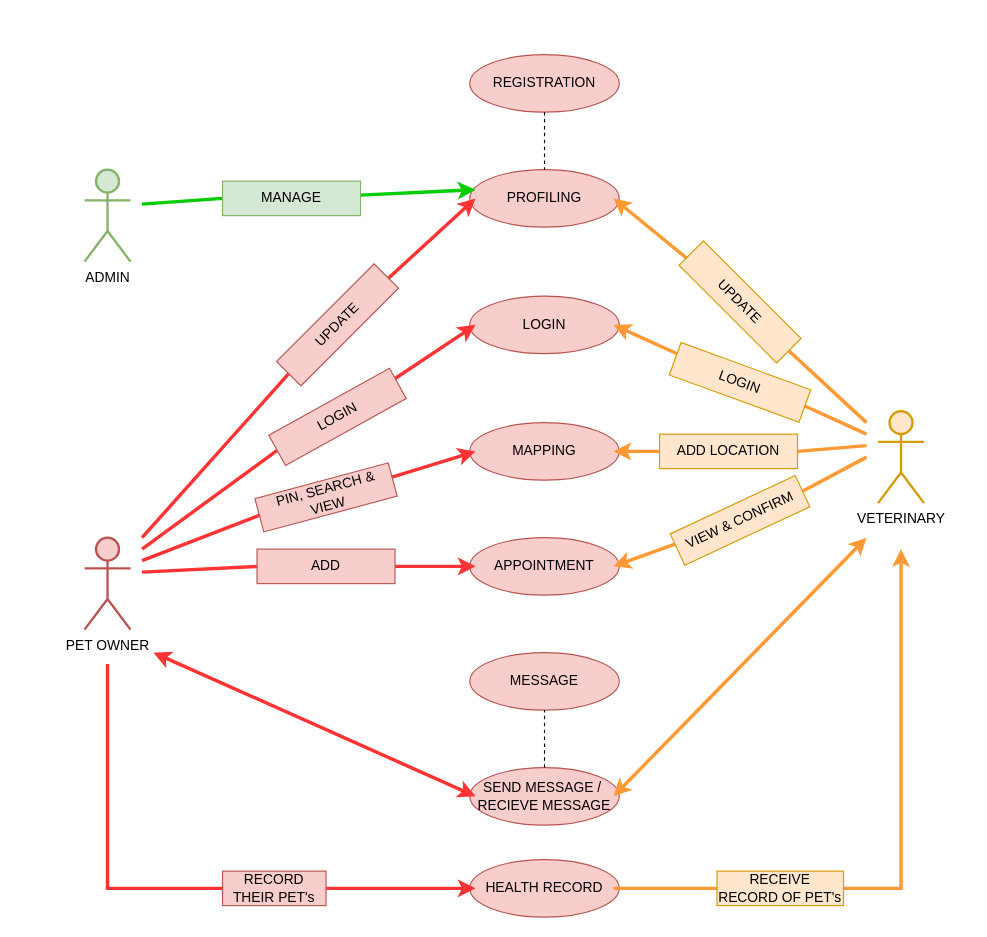
Earlier version of the draw.io diagram Group20_usecase.drawio (LANSiiibyte/Projectlansiii). Source tidied: cells renumbered, new cells numbered last; positions are measured from the earlier drawing's top-left corner, leaving out a move shared by most shapes. Both pictures are drawn from the tidied source at 115%, with x=0, y=0 at pixel (84, 54).
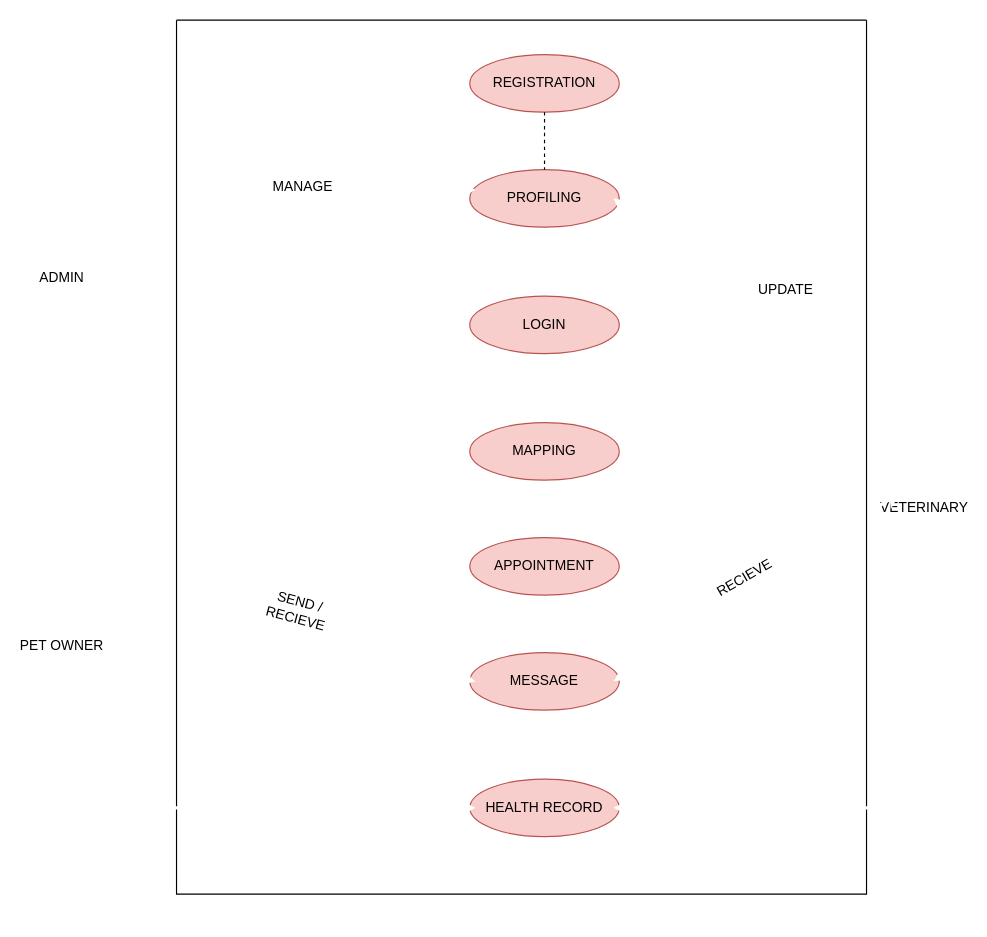
After the change.

Unchanged cells that the change refers to:
```xml
<mxCell id="7" value="PROFILING" style="text;html=1;align=center;verticalAlign=middle;whiteSpace=wrap;rounded=0;" parent="5" vertex="1">
  <mxGeometry x="5" y="10" width="120" height="30" as="geometry" />
</mxCell>
<mxCell id="13" value="LOGIN" style="text;html=1;align=center;verticalAlign=middle;whiteSpace=wrap;rounded=0;" parent="11" vertex="1">
  <mxGeometry x="5" y="10" width="120" height="30" as="geometry" />
</mxCell>
<mxCell id="15" style="ellipse;whiteSpace=wrap;html=1;fillColor=#f8cecc;strokeColor=#b85450;" parent="14" vertex="1">
  <mxGeometry width="130" height="50" as="geometry" />
</mxCell>
<mxCell id="16" value="MESSAGE" style="text;html=1;align=center;verticalAlign=middle;whiteSpace=wrap;rounded=0;" parent="14" vertex="1">
  <mxGeometry x="5" y="10" width="120" height="30" as="geometry" />
</mxCell>
<mxCell id="19" value="MAPPING" style="text;html=1;align=center;verticalAlign=middle;whiteSpace=wrap;rounded=0;" parent="17" vertex="1">
  <mxGeometry x="5" y="10" width="120" height="30" as="geometry" />
</mxCell>
<mxCell id="22" value="APPOINTMENT" style="text;html=1;align=center;verticalAlign=middle;whiteSpace=wrap;rounded=0;" parent="20" vertex="1">
  <mxGeometry x="5" y="10" width="120" height="30" as="geometry" />
</mxCell>
<mxCell id="34" value="HEALTH RECORD" style="text;html=1;align=center;verticalAlign=middle;whiteSpace=wrap;rounded=0;" parent="32" vertex="1">
  <mxGeometry x="5" y="10" width="120" height="30" as="geometry" />
</mxCell>
```

Change to the diagram source:
```diff
@@
-    <mxCell id="2" value="ADMIN" style="shape=umlActor;verticalLabelPosition=bottom;verticalAlign=top;html=1;outlineConnect=0;fillColor=#d5e8d4;strokeColor=#82b366;strokeWidth=2;" parent="1" vertex="1">
-      <mxGeometry y="100" width="40" height="80" as="geometry" />
+    <mxCell id="2" value="ADMIN" style="shape=umlActor;verticalLabelPosition=bottom;verticalAlign=top;html=1;outlineConnect=0;fillColor=light-dark(#FFFFFF,#009900);strokeColor=light-dark(#FFFFFF,#009900);strokeWidth=2;" parent="1" vertex="1">
+      <mxGeometry x="-40" y="100" width="40" height="80" as="geometry" />
     </mxCell>
-    <mxCell id="3" value="PET OWNER" style="shape=umlActor;verticalLabelPosition=bottom;verticalAlign=top;html=1;outlineConnect=0;strokeColor=#b85450;strokeWidth=2;fillColor=#f8cecc;" parent="1" vertex="1">
-      <mxGeometry y="420" width="40" height="80" as="geometry" />
+    <mxCell id="3" value="PET OWNER" style="shape=umlActor;verticalLabelPosition=bottom;verticalAlign=top;html=1;outlineConnect=0;strokeColor=light-dark(#FFFFFF,#FF6666);strokeWidth=2;fillColor=light-dark(#FFFFFF,#FF6666);" parent="1" vertex="1">
+      <mxGeometry x="-40" y="420" width="40" height="80" as="geometry" />
     </mxCell>
-    <mxCell id="4" value="VETERINARY" style="shape=umlActor;verticalLabelPosition=bottom;verticalAlign=top;html=1;outlineConnect=0;fillColor=#ffe6cc;strokeColor=#d79b00;strokeWidth=2;" parent="1" vertex="1">
-      <mxGeometry x="690" y="310" width="40" height="80" as="geometry" />
+    <mxCell id="4" value="VETERINARY" style="shape=umlActor;verticalLabelPosition=bottom;verticalAlign=top;html=1;outlineConnect=0;fillColor=light-dark(#FFFFFF,#FF8000);strokeColor=light-dark(#FFFFFF,#FF8000);strokeWidth=2;" parent="1" vertex="1">
+      <mxGeometry x="710" y="300" width="40" height="80" as="geometry" />
     </mxCell>
@@
-    <mxCell id="24" style="group;" parent="1" vertex="1">
-      <mxGeometry x="335" y="620" width="130" height="50" as="geometry" />
-    </mxCell>
-    <mxCell id="25" style="ellipse;whiteSpace=wrap;html=1;fillColor=#f8cecc;strokeColor=#b85450;" parent="24" vertex="1">
-      <mxGeometry width="130" height="50" as="geometry" />
-    </mxCell>
-    <mxCell id="26" value="SEND MESSAGE /&amp;nbsp;&lt;br&gt;RECIEVE MESSAGE" style="text;html=1;align=center;verticalAlign=middle;whiteSpace=wrap;rounded=0;" parent="24" vertex="1">
-      <mxGeometry x="5" y="10" width="120" height="30" as="geometry" />
-    </mxCell>
-    <mxCell id="27" style="endArrow=classic;html=1;rounded=0;entryX=0;entryY=0.5;entryDx=0;entryDy=0;strokeColor=#FF3333;strokeWidth=3;" parent="1" edge="1" source="61" target="7">
-      <mxGeometry relative="1" as="geometry" />
-    </mxCell>
-    <mxCell id="28" style="endArrow=classic;html=1;rounded=0;entryX=0;entryY=0.5;entryDx=0;entryDy=0;strokeColor=#FF3333;strokeWidth=3;" parent="1" edge="1" source="55" target="13">
-      <mxGeometry relative="1" as="geometry" />
-    </mxCell>
-    <mxCell id="29" style="endArrow=classic;html=1;rounded=0;entryX=0;entryY=0.5;entryDx=0;entryDy=0;strokeColor=#FF3333;strokeWidth=3;" parent="1" edge="1" source="57" target="19">
-      <mxGeometry relative="1" as="geometry" />
-    </mxCell>
-    <mxCell id="30" style="endArrow=classic;html=1;rounded=0;entryX=0;entryY=0.5;entryDx=0;entryDy=0;strokeColor=#FF3333;strokeWidth=3;" parent="1" edge="1" source="59" target="22">
-      <mxGeometry relative="1" as="geometry" />
-    </mxCell>
-    <mxCell id="31" style="endArrow=classic;startArrow=classic;html=1;rounded=0;entryX=0;entryY=0.5;entryDx=0;entryDy=0;strokeWidth=3;strokeColor=#FF3333;" parent="1" edge="1" target="26">
-      <mxGeometry relative="1" as="geometry">
-        <mxPoint x="60" y="520" as="sourcePoint" />
-      </mxGeometry>
+    <mxCell id="31" style="endArrow=classic;startArrow=classic;html=1;rounded=0;entryX=0;entryY=0.5;entryDx=0;entryDy=0;strokeWidth=3;strokeColor=light-dark(#FFFFFF,#FF8000);" parent="1" edge="1" source="3" target="16">
+      <mxGeometry relative="1" as="geometry" />
     </mxCell>
     <mxCell id="32" style="group;" parent="1" vertex="1">
-      <mxGeometry x="335" y="700" width="130" height="50" as="geometry" />
+      <mxGeometry x="335" y="630" width="130" height="50" as="geometry" />
     </mxCell>
@@
-    <mxCell id="35" style="endArrow=none;dashed=1;html=1;rounded=0;exitX=0.5;exitY=0;exitDx=0;exitDy=0;entryX=0.5;entryY=1;entryDx=0;entryDy=0;" parent="1" edge="1" source="25" target="15">
-      <mxGeometry relative="1" as="geometry" />
-    </mxCell>
-    <mxCell id="36" style="endArrow=classic;startArrow=classic;html=1;rounded=0;entryX=1;entryY=0.5;entryDx=0;entryDy=0;strokeWidth=3;strokeColor=#FF9933;" parent="1" edge="1" target="26">
-      <mxGeometry relative="1" as="geometry">
-        <mxPoint x="680" y="420" as="sourcePoint" />
-      </mxGeometry>
+    <mxCell id="36" style="endArrow=classic;startArrow=classic;html=1;rounded=0;entryX=1;entryY=0.5;entryDx=0;entryDy=0;strokeWidth=3;strokeColor=light-dark(#FFFFFF,#FF8000);exitX=0;exitY=1;exitDx=0;exitDy=0;exitPerimeter=0;" parent="1" edge="1" source="4" target="16">
+      <mxGeometry relative="1" as="geometry" />
     </mxCell>
-    <mxCell id="37" style="endArrow=classic;html=1;rounded=0;entryX=1;entryY=0.5;entryDx=0;entryDy=0;strokeWidth=3;strokeColor=#FF9933;" parent="1" edge="1" source="51" target="7">
-      <mxGeometry relative="1" as="geometry" />
-    </mxCell>
-    <mxCell id="38" style="endArrow=classic;html=1;rounded=0;entryX=1;entryY=0.5;entryDx=0;entryDy=0;strokeWidth=3;strokeColor=#FF9933;" parent="1" edge="1" source="45" target="13">
-      <mxGeometry relative="1" as="geometry" />
-    </mxCell>
-    <mxCell id="39" style="endArrow=classic;html=1;rounded=0;entryX=1;entryY=0.5;entryDx=0;entryDy=0;strokeWidth=3;strokeColor=#FF9933;" parent="1" edge="1" source="49" target="19">
-      <mxGeometry relative="1" as="geometry" />
-    </mxCell>
-    <mxCell id="40" style="endArrow=classic;html=1;rounded=0;entryX=1;entryY=0.5;entryDx=0;entryDy=0;strokeWidth=3;strokeColor=#FF9933;" parent="1" edge="1" source="47" target="22">
-      <mxGeometry relative="1" as="geometry" />
-    </mxCell>
-    <mxCell id="41" style="endArrow=classic;html=1;rounded=0;entryX=0;entryY=0.25;entryDx=0;entryDy=0;strokeWidth=3;strokeColor=#00CC00;" parent="1" edge="1" source="43" target="7">
-      <mxGeometry relative="1" as="geometry" />
-    </mxCell>
-    <mxCell id="42" style="endArrow=none;html=1;rounded=0;entryX=0;entryY=0.5;entryDx=0;entryDy=0;strokeWidth=3;strokeColor=#00CC00;startFill=0;" parent="1" edge="1" target="43">
-      <mxGeometry relative="1" as="geometry">
-        <mxPoint x="50" y="130" as="sourcePoint" />
-      </mxGeometry>
-    </mxCell>
+    <mxCell id="66" style="endArrow=classic;html=1;rounded=0;entryX=0;entryY=0.25;entryDx=0;entryDy=0;endSize=8;strokeWidth=3;strokeColor=light-dark(#FFFFFF,#009900);" parent="1" edge="1" source="2" target="7">
+      <mxGeometry relative="1" as="geometry" />
+    </mxCell>
-    <mxCell id="43" value="MANAGE" style="text;html=1;align=center;verticalAlign=middle;whiteSpace=wrap;rounded=0;rotation=0;fillColor=#d5e8d4;strokeColor=#82b366;" parent="1" vertex="1">
-      <mxGeometry x="120" y="110" width="120" height="30" as="geometry" />
+    <mxCell id="43" value="MANAGE" style="text;html=1;align=center;verticalAlign=middle;whiteSpace=wrap;rounded=0;" parent="1" vertex="1">
+      <mxGeometry x="160" y="100" width="60" height="30" as="geometry" />
     </mxCell>
-    <mxCell id="44" style="endArrow=none;html=1;rounded=0;entryX=1;entryY=0.5;entryDx=0;entryDy=0;strokeWidth=3;strokeColor=#FF9933;startFill=0;" parent="1" edge="1" target="45">
-      <mxGeometry relative="1" as="geometry">
-        <mxPoint x="680" y="330" as="sourcePoint" />
-      </mxGeometry>
-    </mxCell>
-    <mxCell id="45" value="LOGIN" style="text;html=1;align=center;verticalAlign=middle;whiteSpace=wrap;rounded=0;rotation=20;fillColor=#ffe6cc;strokeColor=#d79b00;" parent="1" vertex="1">
-      <mxGeometry x="510" y="270" width="120" height="30" as="geometry" />
-    </mxCell>
-    <mxCell id="46" style="endArrow=none;html=1;rounded=0;entryX=1;entryY=0.5;entryDx=0;entryDy=0;strokeWidth=3;strokeColor=#FF9933;startFill=0;" parent="1" edge="1" target="47">
-      <mxGeometry relative="1" as="geometry">
-        <mxPoint x="680" y="350" as="sourcePoint" />
-      </mxGeometry>
-    </mxCell>
-    <mxCell id="47" value="VIEW &amp;amp; CONFIRM" style="text;html=1;align=center;verticalAlign=middle;whiteSpace=wrap;rounded=0;rotation=-25;fillColor=#ffe6cc;strokeColor=#d79b00;" parent="1" vertex="1">
-      <mxGeometry x="510" y="390" width="120" height="30" as="geometry" />
-    </mxCell>
-    <mxCell id="48" style="endArrow=none;html=1;rounded=0;entryX=1;entryY=0.5;entryDx=0;entryDy=0;strokeWidth=3;strokeColor=#FF9933;startFill=0;" parent="1" edge="1" target="49">
-      <mxGeometry relative="1" as="geometry">
-        <mxPoint x="680" y="340" as="sourcePoint" />
-      </mxGeometry>
-    </mxCell>
-    <mxCell id="49" value="ADD LOCATION" style="text;html=1;align=center;verticalAlign=middle;whiteSpace=wrap;rounded=0;rotation=0;fillColor=#ffe6cc;strokeColor=#d79b00;" parent="1" vertex="1">
-      <mxGeometry x="500" y="330" width="120" height="30" as="geometry" />
-    </mxCell>
-    <mxCell id="50" style="endArrow=none;html=1;rounded=0;entryX=1;entryY=0.5;entryDx=0;entryDy=0;strokeWidth=3;strokeColor=#FF9933;fillColor=#ffe6cc;startFill=0;" parent="1" edge="1" target="51">
-      <mxGeometry relative="1" as="geometry">
-        <mxPoint x="680" y="320" as="sourcePoint" />
-      </mxGeometry>
-    </mxCell>
-    <mxCell id="51" value="UPDATE" style="text;html=1;align=center;verticalAlign=middle;whiteSpace=wrap;rounded=0;rotation=45;fillColor=#ffe6cc;strokeColor=#d79b00;" parent="1" vertex="1">
-      <mxGeometry x="510" y="200" width="120" height="30" as="geometry" />
-    </mxCell>
-    <mxCell id="52" style="endArrow=classic;html=1;rounded=0;entryX=0;entryY=0.5;entryDx=0;entryDy=0;strokeWidth=3;strokeColor=#FF3333;exitX=1;exitY=0.5;exitDx=0;exitDy=0;" parent="1" edge="1" source="63" target="34">
-      <mxGeometry relative="1" as="geometry" />
-    </mxCell>
-    <mxCell id="53" style="endArrow=none;html=1;rounded=0;entryX=1;entryY=0.5;entryDx=0;entryDy=0;strokeWidth=3;strokeColor=#FF9933;exitX=0;exitY=0.5;exitDx=0;exitDy=0;startFill=0;" parent="1" edge="1" source="65" target="34">
-      <mxGeometry relative="1" as="geometry" />
-    </mxCell>
-    <mxCell id="54" style="endArrow=none;html=1;rounded=0;entryX=0;entryY=0.5;entryDx=0;entryDy=0;strokeColor=#FF3333;strokeWidth=3;startFill=0;fillColor=#f8cecc;" parent="1" edge="1" target="55">
-      <mxGeometry relative="1" as="geometry">
-        <mxPoint x="50" y="430" as="sourcePoint" />
-      </mxGeometry>
-    </mxCell>
-    <mxCell id="55" value="LOGIN" style="text;html=1;align=center;verticalAlign=middle;whiteSpace=wrap;rounded=0;rotation=-29;fillColor=#f8cecc;strokeColor=#b85450;" parent="1" vertex="1">
-      <mxGeometry x="160" y="300" width="120" height="30" as="geometry" />
-    </mxCell>
-    <mxCell id="56" style="endArrow=none;html=1;rounded=0;entryX=0;entryY=0.5;entryDx=0;entryDy=0;strokeColor=#FF3333;strokeWidth=3;startFill=0;" parent="1" edge="1" target="57">
-      <mxGeometry relative="1" as="geometry">
-        <mxPoint x="50" y="440" as="sourcePoint" />
-      </mxGeometry>
-    </mxCell>
-    <mxCell id="57" value="&amp;nbsp;PIN, SEARCH &amp;amp; VIEW" style="text;html=1;align=center;verticalAlign=middle;whiteSpace=wrap;rounded=0;rotation=-15;fillColor=#f8cecc;strokeColor=#b85450;" parent="1" vertex="1">
-      <mxGeometry x="150" y="370" width="120" height="30" as="geometry" />
-    </mxCell>
-    <mxCell id="58" style="endArrow=none;html=1;rounded=0;entryX=0;entryY=0.5;entryDx=0;entryDy=0;strokeColor=#FF3333;strokeWidth=3;startFill=0;" parent="1" edge="1" target="59">
-      <mxGeometry relative="1" as="geometry">
-        <mxPoint x="50" y="450" as="sourcePoint" />
-      </mxGeometry>
-    </mxCell>
-    <mxCell id="59" value="ADD" style="text;html=1;align=center;verticalAlign=middle;whiteSpace=wrap;rounded=0;rotation=0;fillColor=#f8cecc;strokeColor=#b85450;" parent="1" vertex="1">
-      <mxGeometry x="150" y="430" width="120" height="30" as="geometry" />
-    </mxCell>
-    <mxCell id="60" style="endArrow=none;html=1;rounded=0;entryX=0;entryY=0.5;entryDx=0;entryDy=0;strokeColor=#FF3333;strokeWidth=3;startFill=0;" parent="1" edge="1" target="61">
-      <mxGeometry relative="1" as="geometry">
-        <mxPoint x="50" y="420" as="sourcePoint" />
-      </mxGeometry>
-    </mxCell>
-    <mxCell id="61" value="UPDATE" style="text;html=1;align=center;verticalAlign=middle;whiteSpace=wrap;rounded=0;rotation=-45;fillColor=#f8cecc;strokeColor=#b85450;" parent="1" vertex="1">
-      <mxGeometry x="160" y="220" width="120" height="30" as="geometry" />
-    </mxCell>
-    <mxCell id="62" style="endArrow=none;html=1;rounded=0;entryX=0;entryY=0.5;entryDx=0;entryDy=0;strokeWidth=3;strokeColor=#FF3333;startFill=0;" parent="1" edge="1" target="63">
-      <mxGeometry relative="1" as="geometry">
-        <mxPoint x="20" y="530" as="sourcePoint" />
-        <Array as="points">
-          <mxPoint x="20" y="725" />
-        </Array>
-      </mxGeometry>
-    </mxCell>
-    <mxCell id="63" value="RECORD THEIR PET's" style="text;html=1;align=center;verticalAlign=middle;whiteSpace=wrap;rounded=0;fillColor=#f8cecc;strokeColor=#b85450;" parent="1" vertex="1">
-      <mxGeometry x="120" y="710" width="90" height="30" as="geometry" />
-    </mxCell>
-    <mxCell id="64" style="endArrow=none;html=1;rounded=0;strokeWidth=3;strokeColor=#FF9933;startFill=1;entryX=1;entryY=0.5;entryDx=0;entryDy=0;startArrow=classic;" parent="1" edge="1" target="65">
-      <mxGeometry relative="1" as="geometry">
-        <mxPoint x="710" y="430" as="sourcePoint" />
-        <Array as="points">
-          <mxPoint x="710" y="725" />
-        </Array>
-      </mxGeometry>
-    </mxCell>
-    <mxCell id="65" value="RECEIVE RECORD OF PET's" style="text;html=1;align=center;verticalAlign=middle;whiteSpace=wrap;rounded=0;fillColor=#ffe6cc;strokeColor=#d79b00;" parent="1" vertex="1">
-      <mxGeometry x="550" y="710" width="110" height="30" as="geometry" />
-    </mxCell>
+    <mxCell id="67" style="endArrow=classic;html=1;rounded=0;entryX=1;entryY=0.5;entryDx=0;entryDy=0;endSize=8;strokeWidth=3;strokeColor=light-dark(#FFFFFF,#FF8000);" parent="1" edge="1" source="4" target="7">
+      <mxGeometry relative="1" as="geometry" />
+    </mxCell>
+    <mxCell id="68" style="swimlane;startSize=0;strokeColor=light-dark(#000000,#FF3333);" parent="1" vertex="1">
+      <mxGeometry x="80" y="-30" width="600" height="760" as="geometry" />
+    </mxCell>
+    <mxCell id="69" value="UPDATE" style="text;html=1;align=center;verticalAlign=middle;whiteSpace=wrap;rounded=0;" parent="68" vertex="1">
+      <mxGeometry x="500" y="220" width="60" height="30" as="geometry" />
+    </mxCell>
+    <mxCell id="70" value="RECIEVE" style="text;html=1;align=center;verticalAlign=middle;whiteSpace=wrap;rounded=0;rotation=-30;" parent="68" vertex="1">
+      <mxGeometry x="459.3" y="470" width="70" height="30" as="geometry" />
+    </mxCell>
+    <mxCell id="71" value="SEND / RECIEVE" style="text;html=1;align=center;verticalAlign=middle;whiteSpace=wrap;rounded=0;rotation=15;" parent="68" vertex="1">
+      <mxGeometry x="61" y="492.8" width="90" height="40" as="geometry" />
+    </mxCell>
+    <mxCell id="72" style="endArrow=classic;html=1;rounded=0;entryX=0;entryY=0.5;entryDx=0;entryDy=0;strokeColor=light-dark(#FFFFFF,#FF6666);strokeWidth=3;" parent="1" edge="1" target="34">
+      <mxGeometry relative="1" as="geometry">
+        <mxPoint x="-20" y="520" as="sourcePoint" />
+        <Array as="points">
+          <mxPoint x="-20" y="655" />
+        </Array>
+      </mxGeometry>
+    </mxCell>
+    <mxCell id="73" style="endArrow=classic;html=1;rounded=0;entryX=1;entryY=0.5;entryDx=0;entryDy=0;strokeColor=light-dark(#FFFFFF,#FF8000);strokeWidth=3;" parent="1" edge="1" target="34">
+      <mxGeometry relative="1" as="geometry">
+        <mxPoint x="730" y="410" as="sourcePoint" />
+        <Array as="points">
+          <mxPoint x="730" y="655" />
+        </Array>
+      </mxGeometry>
+    </mxCell>
```
